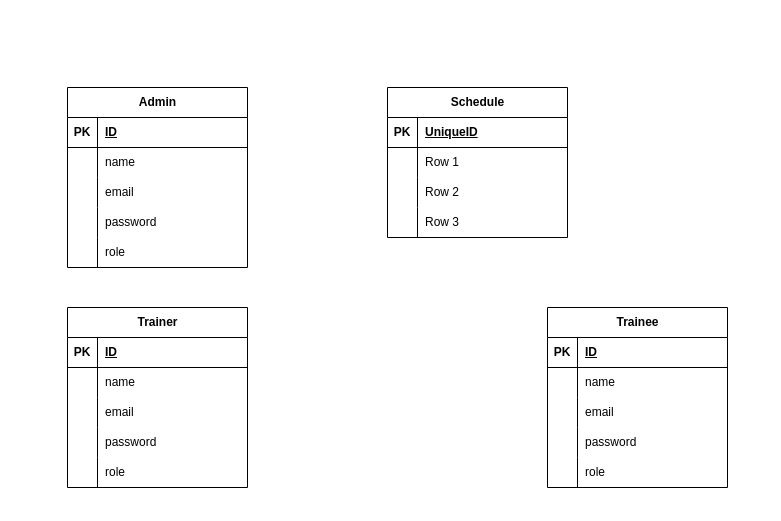
Above: Untitled Diagram.drawio in saif955/Gym-Class-Scheduling-and-Membership-Management-System-Task (draw.io), before the change. Source tidied: cells renumbered, new cells numbered last; positions are measured from the earlier drawing's top-left corner, leaving out a move shared by most shapes. Both pictures are drawn from the tidied source at 100%, with x=0, y=0 at pixel (67, 87).
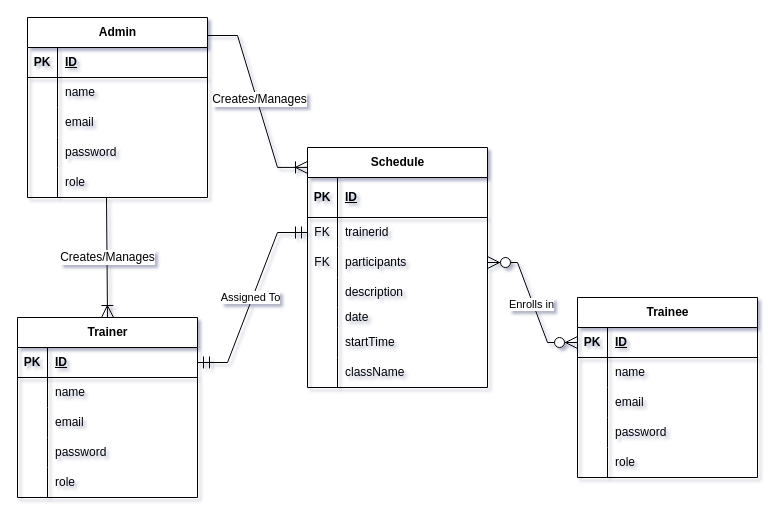
The same diagram, later.

The change refers to these unchanged cells:
```xml
<mxCell id="15" style="shape=tableRow;horizontal=0;startSize=0;swimlaneHead=0;swimlaneBody=0;fillColor=none;points=[[0,0.5],[1,0.5]];portConstraint=eastwest;top=0;left=0;right=0;bottom=0;" parent="2" vertex="1">
  <mxGeometry y="150" width="180" height="30" as="geometry" />
</mxCell>
<mxCell id="32" style="shape=tableRow;horizontal=0;startSize=0;swimlaneHead=0;swimlaneBody=0;fillColor=none;points=[[0,0.5],[1,0.5]];portConstraint=eastwest;top=0;left=0;right=0;bottom=1;" parent="31" vertex="1">
  <mxGeometry y="30" width="180" height="30" as="geometry" />
</mxCell>
<mxCell id="48" style="shape=tableRow;horizontal=0;startSize=0;swimlaneHead=0;swimlaneBody=0;fillColor=none;points=[[0,0.5],[1,0.5]];portConstraint=eastwest;top=0;left=0;right=0;bottom=1;" parent="47" vertex="1">
  <mxGeometry y="30" width="180" height="30" as="geometry" />
</mxCell>
```

What changed in the source:
```diff
@@
-<mxGraphModel>
+<mxGraphModel background="#ffffff" shadow="1">
@@
     <mxCell id="2" value="Admin" style="shape=table;startSize=30;childLayout=tableLayout;rowLines=0;fontStyle=1;align=center;html=1;" parent="1" vertex="1">
-      <mxGeometry width="180" height="180" as="geometry" />
+      <mxGeometry x="-40" y="-70" width="180" height="180" as="geometry" />
     </mxCell>
@@
-    <mxCell id="18" value="Schedule" style="shape=table;startSize=30;childLayout=tableLayout;rowLines=0;fontStyle=1;align=center;html=1;" parent="1" vertex="1">
-      <mxGeometry x="320" width="180" height="150" as="geometry" />
-    </mxCell>
-    <mxCell id="19" style="shape=tableRow;horizontal=0;startSize=0;swimlaneHead=0;swimlaneBody=0;fillColor=none;top=0;left=0;right=0;bottom=1;" parent="18" vertex="1">
-      <mxGeometry y="30" width="180" height="30" as="geometry" />
-    </mxCell>
-    <mxCell id="20" value="PK" style="shape=partialRectangle;fillColor=none;top=0;left=0;bottom=0;right=0;fontStyle=1;overflow=hidden;whiteSpace=wrap;html=1;" parent="19" vertex="1">
-      <mxGeometry width="30" height="30" as="geometry" />
-    </mxCell>
-    <mxCell id="21" value="UniqueID" style="shape=partialRectangle;fillColor=none;top=0;left=0;bottom=0;right=0;align=left;spacingLeft=6;fontStyle=5;overflow=hidden;whiteSpace=wrap;html=1;" parent="19" vertex="1">
-      <mxGeometry x="30" width="150" height="30" as="geometry" />
-    </mxCell>
-    <mxCell id="22" style="shape=tableRow;horizontal=0;startSize=0;swimlaneHead=0;swimlaneBody=0;fillColor=none;top=0;left=0;right=0;bottom=0;" parent="18" vertex="1">
-      <mxGeometry y="60" width="180" height="30" as="geometry" />
-    </mxCell>
-    <mxCell id="23" style="shape=partialRectangle;fillColor=none;top=0;left=0;bottom=0;right=0;overflow=hidden;whiteSpace=wrap;html=1;" parent="22" vertex="1">
-      <mxGeometry width="30" height="30" as="geometry" />
-    </mxCell>
-    <mxCell id="24" value="Row 1" style="shape=partialRectangle;fillColor=none;top=0;left=0;bottom=0;right=0;align=left;spacingLeft=6;overflow=hidden;whiteSpace=wrap;html=1;" parent="22" vertex="1">
-      <mxGeometry x="30" width="150" height="30" as="geometry" />
-    </mxCell>
-    <mxCell id="25" style="shape=tableRow;horizontal=0;startSize=0;swimlaneHead=0;swimlaneBody=0;fillColor=none;top=0;left=0;right=0;bottom=0;" parent="18" vertex="1">
-      <mxGeometry y="90" width="180" height="30" as="geometry" />
-    </mxCell>
-    <mxCell id="26" style="shape=partialRectangle;fillColor=none;top=0;left=0;bottom=0;right=0;overflow=hidden;whiteSpace=wrap;html=1;" parent="25" vertex="1">
-      <mxGeometry width="30" height="30" as="geometry" />
-    </mxCell>
-    <mxCell id="27" value="Row 2" style="shape=partialRectangle;fillColor=none;top=0;left=0;bottom=0;right=0;align=left;spacingLeft=6;overflow=hidden;whiteSpace=wrap;html=1;" parent="25" vertex="1">
-      <mxGeometry x="30" width="150" height="30" as="geometry" />
-    </mxCell>
-    <mxCell id="28" style="shape=tableRow;horizontal=0;startSize=0;swimlaneHead=0;swimlaneBody=0;fillColor=none;top=0;left=0;right=0;bottom=0;" parent="18" vertex="1">
-      <mxGeometry y="120" width="180" height="30" as="geometry" />
-    </mxCell>
-    <mxCell id="29" style="shape=partialRectangle;fillColor=none;top=0;left=0;bottom=0;right=0;overflow=hidden;whiteSpace=wrap;html=1;" parent="28" vertex="1">
-      <mxGeometry width="30" height="30" as="geometry" />
-    </mxCell>
-    <mxCell id="30" value="Row 3" style="shape=partialRectangle;fillColor=none;top=0;left=0;bottom=0;right=0;align=left;spacingLeft=6;overflow=hidden;whiteSpace=wrap;html=1;" parent="28" vertex="1">
-      <mxGeometry x="30" width="150" height="30" as="geometry" />
-    </mxCell>
     <mxCell id="31" value="Trainer" style="shape=table;startSize=30;childLayout=tableLayout;rowLines=0;fontStyle=1;align=center;html=1;" parent="1" vertex="1">
-      <mxGeometry y="220" width="180" height="180" as="geometry" />
+      <mxGeometry x="-50" y="230" width="180" height="180" as="geometry" />
     </mxCell>
@@
     <mxCell id="47" value="Trainee" style="shape=table;startSize=30;childLayout=tableLayout;rowLines=0;fontStyle=1;align=center;html=1;" parent="1" vertex="1">
-      <mxGeometry x="480" y="220" width="180" height="180" as="geometry" />
+      <mxGeometry x="510" y="210" width="180" height="180" as="geometry" />
     </mxCell>
@@
+    <mxCell id="63" style="edgeStyle=entityRelationEdgeStyle;fontSize=12;html=1;endArrow=ERoneToMany;rounded=0;entryX=0;entryY=0.083;entryDx=0;entryDy=0;exitX=1;exitY=0.1;exitDx=0;exitDy=0;exitPerimeter=0;entryPerimeter=0;endSize=10;startSize=10;" parent="1" edge="1" source="2" target="18">
+      <mxGeometry relative="1" as="geometry">
+        <Array as="points">
+          <mxPoint x="150" y="-90" />
+          <mxPoint x="230" y="130" />
+        </Array>
+      </mxGeometry>
+    </mxCell>
+    <mxCell id="64" value="&lt;span style=&quot;font-size: 12px;&quot;&gt;Creates/Manages&lt;/span&gt;" style="edgeLabel;html=1;align=center;verticalAlign=middle;" parent="63" vertex="1">
+      <mxGeometry x="-0.02" y="2" relative="1" as="geometry" />
+    </mxCell>
+    <mxCell id="65" style="edgeStyle=entityRelationEdgeStyle;fontSize=12;html=1;endArrow=ERzeroToMany;endFill=1;startArrow=ERzeroToMany;rounded=0;entryX=0;entryY=0.5;entryDx=0;entryDy=0;exitX=1;exitY=0.5;exitDx=0;exitDy=0;endSize=10;startSize=10;" parent="1" edge="1" source="74" target="48">
+      <mxGeometry relative="1" as="geometry">
+        <Array as="points">
+          <mxPoint x="640" y="230" />
+          <mxPoint x="500" y="270" />
+          <mxPoint x="490" y="290" />
+        </Array>
+      </mxGeometry>
+    </mxCell>
+    <mxCell id="66" value="Enrolls in" style="edgeLabel;html=1;align=center;verticalAlign=middle;" parent="65" vertex="1">
+      <mxGeometry x="0.02" y="-2" relative="1" as="geometry" />
+    </mxCell>
+    <mxCell id="67" style="edgeStyle=entityRelationEdgeStyle;fontSize=12;html=1;endArrow=ERmandOne;startArrow=ERmandOne;rounded=0;entryX=0;entryY=0.5;entryDx=0;entryDy=0;endSize=10;startSize=10;" parent="1" edge="1" source="32" target="71">
+      <mxGeometry relative="1" as="geometry">
+        <Array as="points">
+          <mxPoint x="230" y="300" />
+          <mxPoint x="210" y="270" />
+        </Array>
+      </mxGeometry>
+    </mxCell>
+    <mxCell id="68" value="Assigned To" style="edgeLabel;html=1;align=center;verticalAlign=middle;" parent="67" vertex="1">
+      <mxGeometry x="-0.01" y="2" relative="1" as="geometry" />
+    </mxCell>
+    <mxCell id="18" value="Schedule" style="shape=table;startSize=30;childLayout=tableLayout;rowLines=0;fontStyle=1;align=center;html=1;" parent="1" vertex="1">
+      <mxGeometry x="240" y="60" width="180" height="240" as="geometry" />
+    </mxCell>
+    <mxCell id="69" style="shape=tableRow;horizontal=0;startSize=0;swimlaneHead=0;swimlaneBody=0;fillColor=none;top=0;left=0;right=0;bottom=1;" parent="18" vertex="1">
+      <mxGeometry y="30" width="180" height="40" as="geometry" />
+    </mxCell>
+    <mxCell id="20" value="PK" style="shape=partialRectangle;fillColor=none;top=0;left=0;bottom=0;right=0;fontStyle=1;overflow=hidden;whiteSpace=wrap;html=1;" parent="69" vertex="1">
+      <mxGeometry width="30" height="40" as="geometry" />
+    </mxCell>
+    <mxCell id="70" value="ID" style="shape=partialRectangle;fillColor=none;top=0;left=0;bottom=0;right=0;align=left;spacingLeft=6;fontStyle=5;overflow=hidden;whiteSpace=wrap;html=1;" parent="69" vertex="1">
+      <mxGeometry x="30" width="150" height="40" as="geometry" />
+    </mxCell>
+    <mxCell id="71" style="shape=tableRow;horizontal=0;startSize=0;swimlaneHead=0;swimlaneBody=0;fillColor=none;points=[[0,0.5],[1,0.5]];portConstraint=eastwest;top=0;left=0;right=0;bottom=0;" parent="18" vertex="1">
+      <mxGeometry y="70" width="180" height="30" as="geometry" />
+    </mxCell>
+    <mxCell id="72" value="FK" style="shape=partialRectangle;fillColor=none;top=0;left=0;bottom=0;right=0;fontStyle=0;overflow=hidden;whiteSpace=wrap;html=1;" parent="71" vertex="1">
+      <mxGeometry width="30" height="30" as="geometry" />
+    </mxCell>
+    <mxCell id="73" value="trainerid" style="shape=partialRectangle;fillColor=none;top=0;left=0;bottom=0;right=0;align=left;spacingLeft=6;fontStyle=0;overflow=hidden;whiteSpace=wrap;html=1;" parent="71" vertex="1">
+      <mxGeometry x="30" width="150" height="30" as="geometry" />
+    </mxCell>
+    <mxCell id="74" style="shape=tableRow;horizontal=0;startSize=0;swimlaneHead=0;swimlaneBody=0;fillColor=none;points=[[0,0.5],[1,0.5]];portConstraint=eastwest;top=0;left=0;right=0;bottom=0;" parent="18" vertex="1">
+      <mxGeometry y="100" width="180" height="30" as="geometry" />
+    </mxCell>
+    <mxCell id="75" value="FK" style="shape=partialRectangle;fillColor=none;top=0;left=0;bottom=0;right=0;fontStyle=0;overflow=hidden;whiteSpace=wrap;html=1;" parent="74" vertex="1">
+      <mxGeometry width="30" height="30" as="geometry" />
+    </mxCell>
+    <mxCell id="76" value="participants" style="shape=partialRectangle;fillColor=none;top=0;left=0;bottom=0;right=0;align=left;spacingLeft=6;fontStyle=0;overflow=hidden;whiteSpace=wrap;html=1;" parent="74" vertex="1">
+      <mxGeometry x="30" width="150" height="30" as="geometry" />
+    </mxCell>
+    <mxCell id="77" style="shape=tableRow;horizontal=0;startSize=0;swimlaneHead=0;swimlaneBody=0;fillColor=none;top=0;left=0;right=0;bottom=0;" parent="18" vertex="1">
+      <mxGeometry y="130" width="180" height="30" as="geometry" />
+    </mxCell>
+    <mxCell id="78" style="shape=partialRectangle;fillColor=none;top=0;left=0;bottom=0;right=0;overflow=hidden;whiteSpace=wrap;html=1;" parent="77" vertex="1">
+      <mxGeometry width="30" height="30" as="geometry" />
+    </mxCell>
+    <mxCell id="79" value="description" style="shape=partialRectangle;fillColor=none;top=0;left=0;bottom=0;right=0;align=left;spacingLeft=6;overflow=hidden;whiteSpace=wrap;html=1;" parent="77" vertex="1">
+      <mxGeometry x="30" width="150" height="30" as="geometry" />
+    </mxCell>
+    <mxCell id="80" style="shape=tableRow;horizontal=0;startSize=0;swimlaneHead=0;swimlaneBody=0;fillColor=none;top=0;left=0;right=0;bottom=0;" parent="18" vertex="1">
+      <mxGeometry y="160" width="180" height="20" as="geometry" />
+    </mxCell>
+    <mxCell id="81" style="shape=partialRectangle;fillColor=none;top=0;left=0;bottom=0;right=0;overflow=hidden;whiteSpace=wrap;html=1;" parent="80" vertex="1">
+      <mxGeometry width="30" height="20" as="geometry" />
+    </mxCell>
+    <mxCell id="82" value="date" style="shape=partialRectangle;fillColor=none;top=0;left=0;bottom=0;right=0;align=left;spacingLeft=6;overflow=hidden;whiteSpace=wrap;html=1;" parent="80" vertex="1">
+      <mxGeometry x="30" width="150" height="20" as="geometry" />
+    </mxCell>
+    <mxCell id="83" style="shape=tableRow;horizontal=0;startSize=0;swimlaneHead=0;swimlaneBody=0;fillColor=none;top=0;left=0;right=0;bottom=0;" parent="18" vertex="1">
+      <mxGeometry y="180" width="180" height="30" as="geometry" />
+    </mxCell>
+    <mxCell id="84" style="shape=partialRectangle;fillColor=none;top=0;left=0;bottom=0;right=0;overflow=hidden;whiteSpace=wrap;html=1;" parent="83" vertex="1">
+      <mxGeometry width="30" height="30" as="geometry" />
+    </mxCell>
+    <mxCell id="85" value="startTime" style="shape=partialRectangle;fillColor=none;top=0;left=0;bottom=0;right=0;align=left;spacingLeft=6;overflow=hidden;whiteSpace=wrap;html=1;" parent="83" vertex="1">
+      <mxGeometry x="30" width="150" height="30" as="geometry" />
+    </mxCell>
+    <mxCell id="86" style="shape=tableRow;horizontal=0;startSize=0;swimlaneHead=0;swimlaneBody=0;fillColor=none;top=0;left=0;right=0;bottom=0;" parent="18" vertex="1">
+      <mxGeometry y="210" width="180" height="30" as="geometry" />
+    </mxCell>
+    <mxCell id="87" style="shape=partialRectangle;fillColor=none;top=0;left=0;bottom=0;right=0;overflow=hidden;whiteSpace=wrap;html=1;" parent="86" vertex="1">
+      <mxGeometry width="30" height="30" as="geometry" />
+    </mxCell>
+    <mxCell id="88" value="className" style="shape=partialRectangle;fillColor=none;top=0;left=0;bottom=0;right=0;align=left;spacingLeft=6;overflow=hidden;whiteSpace=wrap;html=1;" parent="86" vertex="1">
+      <mxGeometry x="30" width="150" height="30" as="geometry" />
+    </mxCell>
+    <mxCell id="89" value="Creates/Manages" style="fontSize=12;html=1;endArrow=ERoneToMany;rounded=0;entryX=0.5;entryY=0;entryDx=0;entryDy=0;exitX=0.439;exitY=1;exitDx=0;exitDy=0;exitPerimeter=0;endSize=10;startSize=10;" parent="1" edge="1" source="15" target="31">
+      <mxGeometry relative="1" as="geometry" />
+    </mxCell>
```
